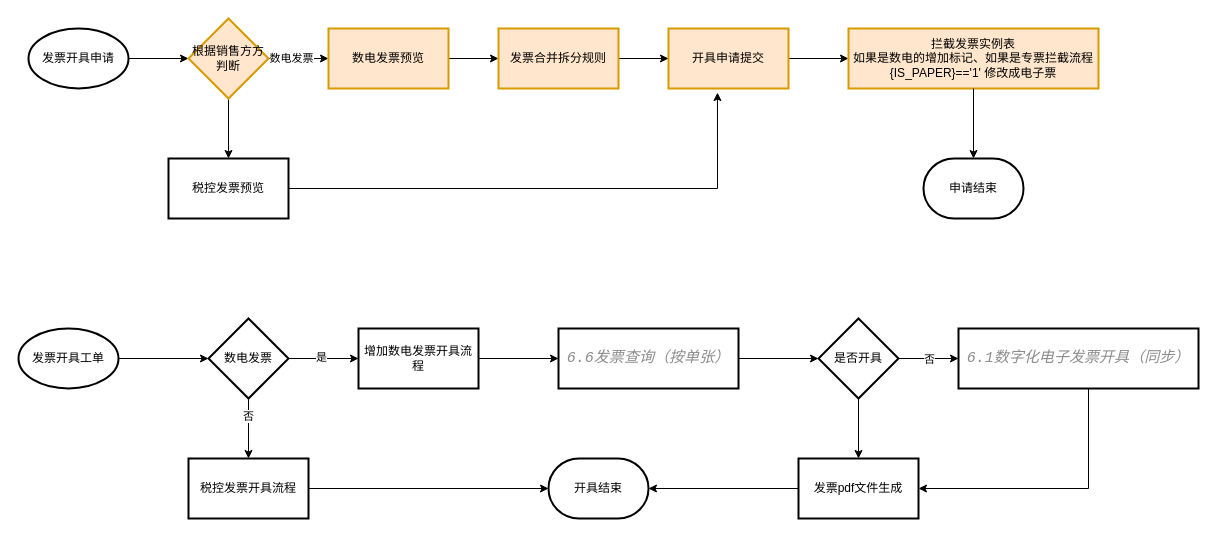
This is 数电发票改造方案.drawio from 315944211/doc, a draw.io file, before an edit. Source tidied: cells renumbered, new cells numbered last; positions are measured from the earlier drawing's top-left corner, leaving out a move shared by most shapes. Both pictures are drawn from the tidied source at 100%, with x=0, y=0 at pixel (18, 18).
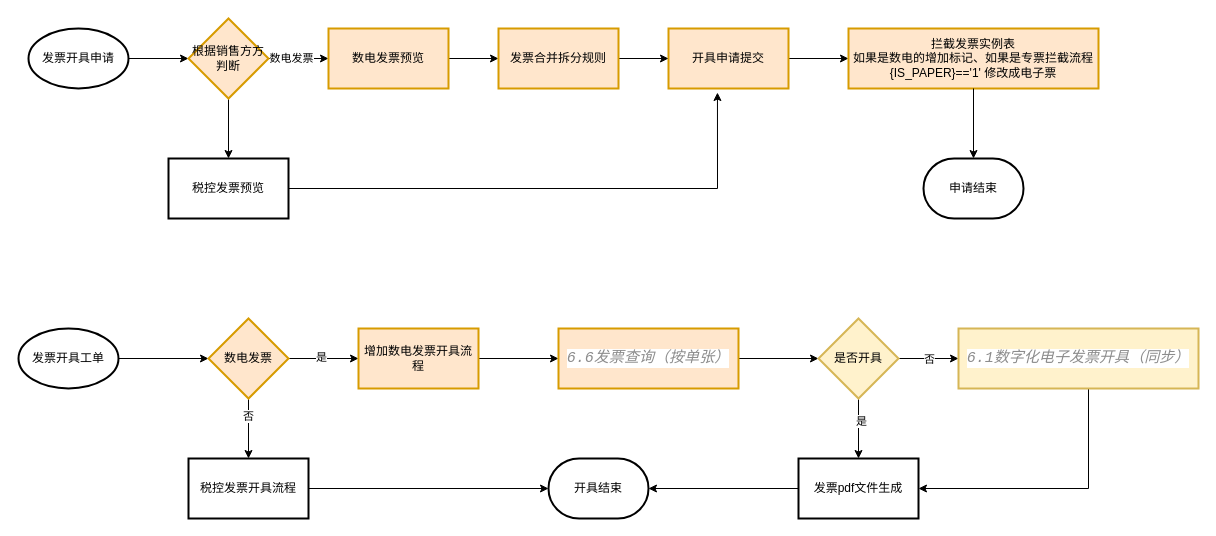
Above is the later version.

Commit message:
更新数电发票改造方案.drawio

Unchanged cells that the change refers to:
```xml
<mxCell id="31" style="edgeStyle=orthogonalEdgeStyle;rounded=0;jettySize=auto;html=1;" parent="1" edge="1" source="32" target="36">
  <mxGeometry relative="1" as="geometry" />
</mxCell>
```

The edit, as a diff of the source:
```diff
@@
-    <mxCell id="23" value="数电发票" style="rhombus;whiteSpace=wrap;html=1;strokeWidth=2;" parent="1" vertex="1">
+    <mxCell id="23" value="数电发票" style="rhombus;whiteSpace=wrap;html=1;strokeWidth=2;fillColor=#ffe6cc;strokeColor=#d79b00;" parent="1" vertex="1">
       <mxGeometry x="190" y="300" width="80" height="80" as="geometry" />
     </mxCell>
@@
-    <mxCell id="25" value="增加数电发票开具流程" style="whiteSpace=wrap;html=1;strokeWidth=2;" parent="1" vertex="1">
+    <mxCell id="25" value="增加数电发票开具流程" style="whiteSpace=wrap;html=1;strokeWidth=2;fillColor=#ffe6cc;strokeColor=#d79b00;" parent="1" vertex="1">
       <mxGeometry x="340" y="310" width="120" height="60" as="geometry" />
     </mxCell>
@@
-    <mxCell id="28" value="&lt;div style=&quot;background-color:#ffffff;color:#080808&quot;&gt;&lt;pre style=&quot;font-family:'JetBrains Mono',monospace;font-size:11.3pt;&quot;&gt;&lt;span style=&quot;color:#8c8c8c;font-style:italic;&quot;&gt;6.6&lt;/span&gt;&lt;span style=&quot;color:#8c8c8c;font-style:italic;font-family:'Menlo-Regular',monospace;&quot;&gt;发票查询（按单张）&lt;/span&gt;&lt;/pre&gt;&lt;/div&gt;" style="whiteSpace=wrap;html=1;strokeWidth=2;" parent="1" vertex="1">
+    <mxCell id="28" value="&lt;div style=&quot;background-color:#ffffff;color:#080808&quot;&gt;&lt;pre style=&quot;font-family:'JetBrains Mono',monospace;font-size:11.3pt;&quot;&gt;&lt;span style=&quot;color:#8c8c8c;font-style:italic;&quot;&gt;6.6&lt;/span&gt;&lt;span style=&quot;color:#8c8c8c;font-style:italic;font-family:'Menlo-Regular',monospace;&quot;&gt;发票查询（按单张）&lt;/span&gt;&lt;/pre&gt;&lt;/div&gt;" style="whiteSpace=wrap;html=1;strokeWidth=2;fillColor=#ffe6cc;strokeColor=#d79b00;" parent="1" vertex="1">
       <mxGeometry x="540" y="310" width="180" height="60" as="geometry" />
     </mxCell>
@@
+    <mxCell id="41" value="是" style="edgeLabel;html=1;align=center;verticalAlign=middle;" parent="31" vertex="1">
+      <mxGeometry x="-0.27" y="2" relative="1" as="geometry" />
+    </mxCell>
-    <mxCell id="32" value="是否开具" style="rhombus;whiteSpace=wrap;html=1;strokeWidth=2;" parent="1" vertex="1">
+    <mxCell id="32" value="是否开具" style="rhombus;whiteSpace=wrap;html=1;strokeWidth=2;fillColor=#fff2cc;strokeColor=#d6b656;" parent="1" vertex="1">
       <mxGeometry x="800" y="300" width="80" height="80" as="geometry" />
     </mxCell>
@@
-    <mxCell id="34" value="&lt;div style=&quot;background-color:#ffffff;color:#080808&quot;&gt;&lt;pre style=&quot;font-family:'JetBrains Mono',monospace;font-size:11.3pt;&quot;&gt;&lt;span style=&quot;color:#8c8c8c;font-style:italic;&quot;&gt;6.1&lt;/span&gt;&lt;span style=&quot;color:#8c8c8c;font-style:italic;font-family:'Menlo-Regular',monospace;&quot;&gt;数字化电子发票开具（同步）&lt;/span&gt;&lt;/pre&gt;&lt;/div&gt;" style="whiteSpace=wrap;html=1;strokeWidth=2;" parent="1" vertex="1">
+    <mxCell id="34" value="&lt;div style=&quot;background-color:#ffffff;color:#080808&quot;&gt;&lt;pre style=&quot;font-family:'JetBrains Mono',monospace;font-size:11.3pt;&quot;&gt;&lt;span style=&quot;color:#8c8c8c;font-style:italic;&quot;&gt;6.1&lt;/span&gt;&lt;span style=&quot;color:#8c8c8c;font-style:italic;font-family:'Menlo-Regular',monospace;&quot;&gt;数字化电子发票开具（同步）&lt;/span&gt;&lt;/pre&gt;&lt;/div&gt;" style="whiteSpace=wrap;html=1;strokeWidth=2;fillColor=#fff2cc;strokeColor=#d6b656;" parent="1" vertex="1">
       <mxGeometry x="940" y="310" width="240" height="60" as="geometry" />
     </mxCell>
```
